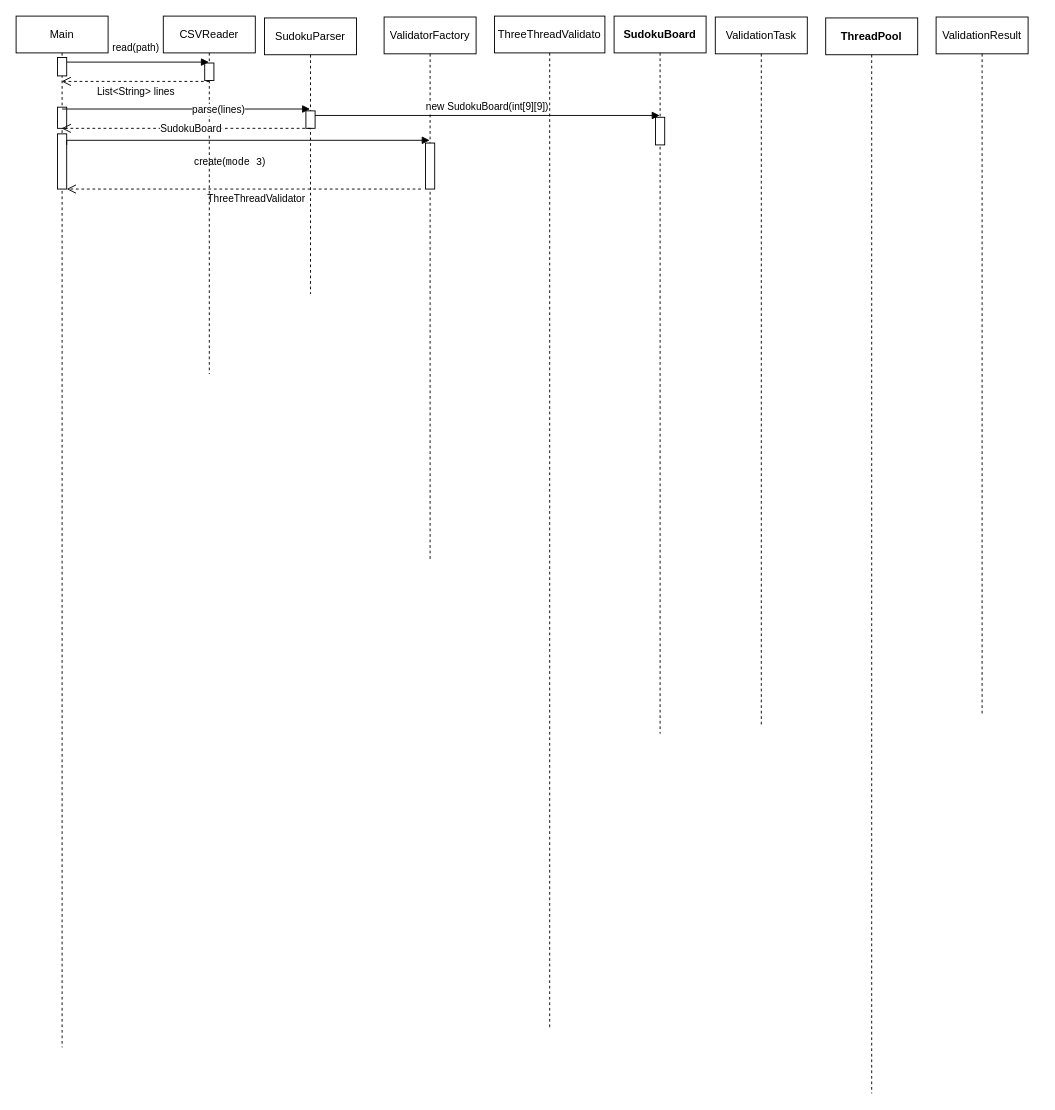
Before: diagrams/mode3 sequence diagram.drawio in Smook-e/Prog_lab9, a draw.io diagram. Source tidied: cells renumbered, new cells numbered last; positions are measured from the earlier drawing's top-left corner, leaving out a move shared by most shapes. Both pictures are drawn from the tidied source at 92%, with x=0, y=0 at pixel (16, 16).
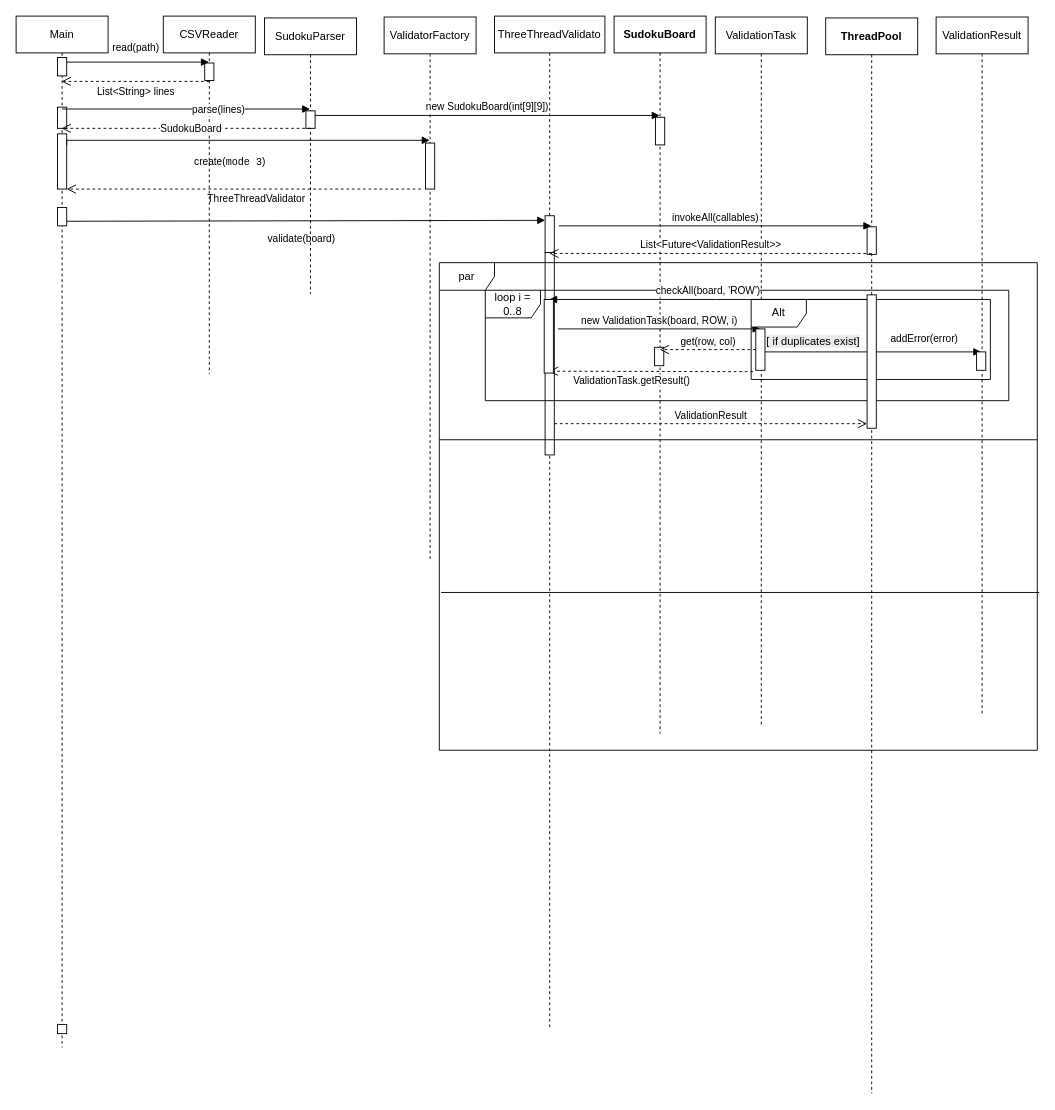
After the change.

Commit message:
first section in par frame

The change refers to these unchanged cells:
```xml
<mxCell id="2" value="Main" style="shape=umlLifeline;perimeter=lifelinePerimeter;whiteSpace=wrap;html=1;outlineConnect=0;portConstraint=eastwest;newEdgeStyle={&quot;curved&quot;:0,&quot;rounded&quot;:0};" parent="1" vertex="1">
  <mxGeometry width="100" height="1121" as="geometry" />
</mxCell>
<mxCell id="8" value="ThreeThreadValidato" style="shape=umlLifeline;perimeter=lifelinePerimeter;whiteSpace=wrap;html=1;newEdgeStyle={&quot;curved&quot;:0,&quot;rounded&quot;:0};" parent="1" vertex="1">
  <mxGeometry x="520" width="120" height="1101" as="geometry" />
</mxCell>
<mxCell id="12" value="&lt;strong&gt;ThreadPool&lt;/strong&gt;" style="shape=umlLifeline;perimeter=lifelinePerimeter;whiteSpace=wrap;html=1;newEdgeStyle={&quot;curved&quot;:0,&quot;rounded&quot;:0};" parent="1" vertex="1">
  <mxGeometry x="880" y="2" width="100" height="1169" as="geometry" />
</mxCell>
```

Change to the diagram source:
```diff
@@
+    <mxCell id="25" style="html=1;points=[[0,0,0,0,5],[0,1,0,0,-5],[1,0,0,0,5],[1,1,0,0,-5]];perimeter=orthogonalPerimeter;outlineConnect=0;targetShapes=umlLifeline;portConstraint=eastwest;newEdgeStyle={&quot;curved&quot;:0,&quot;rounded&quot;:0};" parent="2" vertex="1">
+      <mxGeometry x="45" y="208" width="10" height="20" as="geometry" />
+    </mxCell>
+    <mxCell id="26" style="html=1;perimeter=orthogonalPerimeter;targetShapes=umlLifeline;newEdgeStyle={&quot;curved&quot;:0,&quot;rounded&quot;:0};" parent="2" vertex="1">
+      <mxGeometry x="45" y="1096" width="10" height="10" as="geometry" />
+    </mxCell>
@@
+    <mxCell id="27" style="html=1;points=[[0,0,0,0,5],[0,1,0,0,-5],[1,0,0,0,5],[1,1,0,0,-5]];perimeter=orthogonalPerimeter;outlineConnect=0;targetShapes=umlLifeline;portConstraint=eastwest;newEdgeStyle={&quot;curved&quot;:0,&quot;rounded&quot;:0};" parent="8" vertex="1">
+      <mxGeometry x="55" y="257" width="10" height="220" as="geometry" />
+    </mxCell>
+    <mxCell id="28" style="html=1;points=[[0,0,0,0,5],[0,1,0,0,-5],[1,0,0,0,5],[1,1,0,0,-5]];perimeter=orthogonalPerimeter;outlineConnect=0;targetShapes=umlLifeline;portConstraint=eastwest;newEdgeStyle={&quot;curved&quot;:0,&quot;rounded&quot;:0};" parent="8" vertex="1">
+      <mxGeometry x="55" y="217" width="10" height="40" as="geometry" />
+    </mxCell>
@@
+    <mxCell id="29" style="html=1;perimeter=orthogonalPerimeter;targetShapes=umlLifeline;newEdgeStyle={&quot;curved&quot;:0,&quot;rounded&quot;:0};" parent="12" vertex="1">
+      <mxGeometry x="45" y="227" width="10" height="30" as="geometry" />
+    </mxCell>
@@
+    <mxCell id="30" value="validate(board)" style="html=1;verticalAlign=bottom;endArrow=block;curved=0;rounded=0;exitX=1;exitY=1;exitDx=0;exitDy=-5;exitPerimeter=0;entryX=0;entryY=0;entryDx=0;entryDy=5;entryPerimeter=0;" parent="1" edge="1" source="25" target="28">
+      <mxGeometry x="-0.02" y="-28" relative="1" as="geometry" />
+    </mxCell>
+    <mxCell id="31" value="loop i = 0..8" style="shape=umlFrame;whiteSpace=wrap;html=1;" parent="1" vertex="1">
+      <mxGeometry x="510" y="298" width="569" height="120" as="geometry" />
+    </mxCell>
+    <mxCell id="32" value="new ValidationTask(board, ROW, i)" style="html=1;verticalAlign=bottom;endArrow=block;curved=0;rounded=0;" parent="1" edge="1">
+      <mxGeometry relative="1" as="geometry">
+        <mxPoint x="589" y="340" as="sourcePoint" />
+        <mxPoint x="809" y="340" as="targetPoint" />
+      </mxGeometry>
+    </mxCell>
+    <mxCell id="33" style="html=1;points=[[0,0,0,0,5],[0,1,0,0,-5],[1,0,0,0,5],[1,1,0,0,-5]];perimeter=orthogonalPerimeter;outlineConnect=0;targetShapes=umlLifeline;portConstraint=eastwest;newEdgeStyle={&quot;curved&quot;:0,&quot;rounded&quot;:0};" parent="1" vertex="1">
+      <mxGeometry x="804" y="340" width="10" height="45" as="geometry" />
+    </mxCell>
+    <mxCell id="34" style="html=1;perimeter=orthogonalPerimeter;targetShapes=umlLifeline;newEdgeStyle={&quot;curved&quot;:0,&quot;rounded&quot;:0};" parent="1" vertex="1">
+      <mxGeometry x="694" y="360" width="10" height="20" as="geometry" />
+    </mxCell>
+    <mxCell id="35" value="addError(error)" style="html=1;verticalAlign=bottom;endArrow=block;curved=0;rounded=0;exitX=0;exitY=0.5;exitDx=0;exitDy=0;" parent="1" edge="1" source="38">
+      <mxGeometry x="0.47" y="5" relative="1" as="geometry">
+        <mxPoint x="1049" y="365" as="targetPoint" />
+      </mxGeometry>
+    </mxCell>
+    <mxCell id="36" style="html=1;perimeter=orthogonalPerimeter;targetShapes=umlLifeline;newEdgeStyle={&quot;curved&quot;:0,&quot;rounded&quot;:0};" parent="1" vertex="1">
+      <mxGeometry x="1044" y="365" width="10" height="20" as="geometry" />
+    </mxCell>
+    <mxCell id="37" value="Alt" style="shape=umlFrame;whiteSpace=wrap;html=1;" parent="1" vertex="1">
+      <mxGeometry x="799" y="308" width="260" height="87" as="geometry" />
+    </mxCell>
+    <mxCell id="38" value="&lt;span style=&quot;color: rgb(0, 0, 0); font-family: Helvetica; font-size: 12px; font-style: normal; font-variant-ligatures: normal; font-variant-caps: normal; font-weight: 400; letter-spacing: normal; orphans: 2; text-align: left; text-indent: 0px; text-transform: none; widows: 2; word-spacing: 0px; -webkit-text-stroke-width: 0px; white-space: nowrap; background-color: rgb(236, 236, 236); text-decoration-thickness: initial; text-decoration-style: initial; text-decoration-color: initial; float: none; display: inline !important;&quot;&gt;[ if duplicates exist&lt;/span&gt;&lt;span style=&quot;background-color: light-dark(rgb(236, 236, 236), rgb(34, 34, 34)); color: light-dark(rgb(0, 0, 0), rgb(237, 237, 237)); text-wrap-mode: nowrap;&quot;&gt;]&lt;/span&gt;" style="text;whiteSpace=wrap;html=1;" parent="1" vertex="1">
+      <mxGeometry x="814" y="340" width="55" height="50" as="geometry" />
+    </mxCell>
+    <mxCell id="39" value="ValidationTask.getResult()" style="html=1;verticalAlign=bottom;endArrow=open;dashed=1;endSize=8;curved=0;rounded=0;exitX=0.008;exitY=0.902;exitDx=0;exitDy=0;exitPerimeter=0;" parent="1" edge="1" source="37">
+      <mxGeometry x="0.19" y="19" relative="1" as="geometry">
+        <mxPoint x="579" y="386" as="targetPoint" />
+      </mxGeometry>
+    </mxCell>
+    <mxCell id="40" value="invokeAll(callables)" style="html=1;verticalAlign=bottom;endArrow=block;curved=0;rounded=0;" parent="1" edge="1">
+      <mxGeometry relative="1" as="geometry">
+        <mxPoint x="590" y="228" as="sourcePoint" />
+        <mxPoint x="929.5" y="228" as="targetPoint" />
+      </mxGeometry>
+    </mxCell>
+    <mxCell id="41" value="List&amp;lt;Future&amp;lt;ValidationResult&amp;gt;&amp;gt;" style="html=1;verticalAlign=bottom;endArrow=open;dashed=1;endSize=8;curved=0;rounded=0;" parent="1" edge="1">
+      <mxGeometry relative="1" as="geometry">
+        <mxPoint x="930" y="258" as="sourcePoint" />
+        <mxPoint x="579.5" y="258" as="targetPoint" />
+      </mxGeometry>
+    </mxCell>
+    <mxCell id="42" value="par" style="shape=umlFrame;whiteSpace=wrap;html=1;direction=east;" parent="1" vertex="1">
+      <mxGeometry x="460" y="268" width="650" height="530" as="geometry" />
+    </mxCell>
+    <mxCell id="43" style="line;strokeWidth=1;fillColor=none;align=left;verticalAlign=middle;spacingTop=-1;spacingLeft=3;spacingRight=3;labelPosition=right;strokeColor=inherit;" parent="1" vertex="1">
+      <mxGeometry x="460" y="273" width="650" height="375" as="geometry" />
+    </mxCell>
+    <mxCell id="44" style="html=1;points=[[0,0,0,0,5],[0,1,0,0,-5],[1,0,0,0,5],[1,1,0,0,-5]];perimeter=orthogonalPerimeter;outlineConnect=0;targetShapes=umlLifeline;portConstraint=eastwest;newEdgeStyle={&quot;curved&quot;:0,&quot;rounded&quot;:0};" parent="1" vertex="1">
+      <mxGeometry x="925" y="303" width="10" height="145" as="geometry" />
+    </mxCell>
+    <mxCell id="45" value="checkAll(board, 'ROW')" style="html=1;verticalAlign=bottom;endArrow=block;curved=0;rounded=0;exitX=0;exitY=0;exitDx=0;exitDy=5;exitPerimeter=0;" parent="1" edge="1" source="44">
+      <mxGeometry relative="1" as="geometry">
+        <mxPoint x="579.5" y="308" as="targetPoint" />
+        <Array as="points">
+          <mxPoint x="760" y="308" />
+        </Array>
+      </mxGeometry>
+    </mxCell>
+    <mxCell id="46" value="get(row, col)" style="html=1;verticalAlign=bottom;endArrow=open;dashed=1;endSize=8;curved=0;rounded=0;" parent="1" edge="1" source="33">
+      <mxGeometry relative="1" as="geometry">
+        <mxPoint x="699.5" y="362.5" as="targetPoint" />
+      </mxGeometry>
+    </mxCell>
+    <mxCell id="47" value="ValidationResult" style="html=1;verticalAlign=bottom;endArrow=open;dashed=1;endSize=8;curved=0;rounded=0;entryX=0;entryY=1;entryDx=0;entryDy=-5;entryPerimeter=0;" parent="1" edge="1" source="27" target="44">
+      <mxGeometry relative="1" as="geometry" />
+    </mxCell>
+    <mxCell id="48" style="line;strokeWidth=1;fillColor=none;align=left;verticalAlign=middle;spacingTop=-1;spacingLeft=3;spacingRight=3;labelPosition=right;strokeColor=inherit;" parent="1" vertex="1">
+      <mxGeometry x="462" y="439" width="650" height="375" as="geometry" />
+    </mxCell>
+    <mxCell id="49" style="html=1;perimeter=orthogonalPerimeter;targetShapes=umlLifeline;newEdgeStyle={&quot;curved&quot;:0,&quot;rounded&quot;:0};" parent="1" vertex="1">
+      <mxGeometry x="574" y="308" width="10" height="80" as="geometry" />
+    </mxCell>
```
